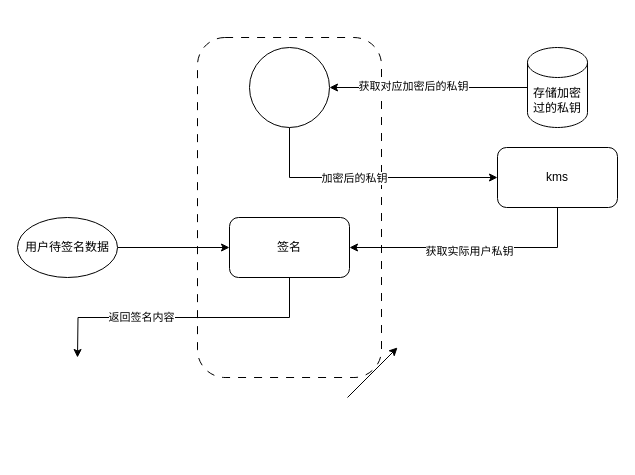
This is 签名方案.drawio from ZiHengLee/drawio, a draw.io file, before an edit. Source tidied: cells renumbered, new cells numbered last; positions are measured from the earlier drawing's top-left corner, leaving out a move shared by most shapes. Both pictures are drawn from the tidied source at 100%, with x=0, y=0 at pixel (17, 37).
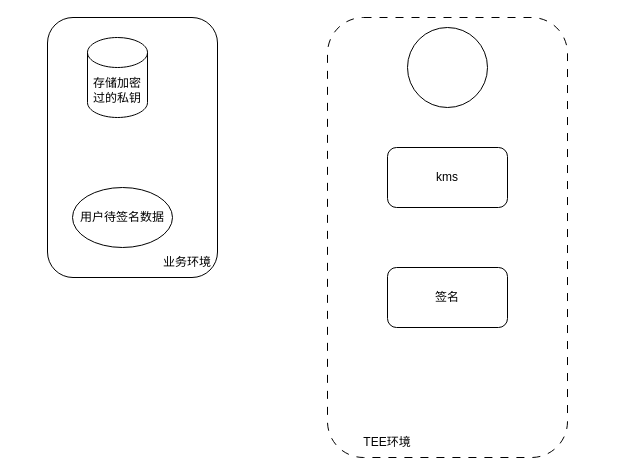
The same diagram, later.

Commit message (it also covers changes not shown here):
更新签名方案.drawio

The edit, as a diff of the source:
```diff
@@
 <mxGraphModel>
   <root>
     <mxCell id="0" />
     <mxCell id="1" parent="0" />
     <mxCell id="2" style="rounded=1;whiteSpace=wrap;html=1;dashed=1;dashPattern=8 8;" parent="1" vertex="1">
-      <mxGeometry x="180" width="184" height="340" as="geometry" />
+      <mxGeometry x="310" y="-20" width="240" height="440" as="geometry" />
     </mxCell>
-    <mxCell id="3" style="edgeStyle=orthogonalEdgeStyle;rounded=0;jettySize=auto;html=1;exitX=0.5;exitY=1;exitDx=0;exitDy=0;entryX=1;entryY=0.5;entryDx=0;entryDy=0;" parent="1" edge="1" source="5" target="17">
-      <mxGeometry relative="1" as="geometry" />
-    </mxCell>
-    <mxCell id="4" value="获取实际用户私钥" style="edgeLabel;html=1;align=center;verticalAlign=middle;" parent="3" vertex="1">
-      <mxGeometry x="0.04" y="3" relative="1" as="geometry" />
-    </mxCell>
     <mxCell id="5" value="kms" style="rounded=1;whiteSpace=wrap;html=1;" parent="1" vertex="1">
-      <mxGeometry x="480" y="110" width="120" height="60" as="geometry" />
+      <mxGeometry x="370" y="110" width="120" height="60" as="geometry" />
     </mxCell>
-    <mxCell id="6" style="edgeStyle=orthogonalEdgeStyle;rounded=0;jettySize=auto;html=1;exitX=0;exitY=0.5;exitDx=0;exitDy=0;exitPerimeter=0;" parent="1" edge="1" source="8" target="13">
-      <mxGeometry relative="1" as="geometry" />
-    </mxCell>
-    <mxCell id="7" value="获取对应加密后的私钥" style="edgeLabel;html=1;align=center;verticalAlign=middle;" parent="6" vertex="1">
-      <mxGeometry x="0.16" y="-2" relative="1" as="geometry" />
-    </mxCell>
     <mxCell id="8" value="存储加密过的私钥" style="shape=cylinder3;whiteSpace=wrap;html=1;boundedLbl=1;backgroundOutline=1;size=15;" parent="1" vertex="1">
-      <mxGeometry x="510" y="10" width="60" height="80" as="geometry" />
+      <mxGeometry x="70" width="60" height="80" as="geometry" />
     </mxCell>
-    <mxCell id="9" style="edgeStyle=orthogonalEdgeStyle;rounded=0;jettySize=auto;html=1;exitX=1;exitY=0.5;exitDx=0;exitDy=0;entryX=0;entryY=0.5;entryDx=0;entryDy=0;" parent="1" edge="1" source="10" target="17">
-      <mxGeometry relative="1" as="geometry" />
-    </mxCell>
     <mxCell id="10" value="用户待签名数据" style="ellipse;whiteSpace=wrap;html=1;" parent="1" vertex="1">
-      <mxGeometry y="180" width="100" height="60" as="geometry" />
+      <mxGeometry x="55" y="150" width="100" height="60" as="geometry" />
     </mxCell>
-    <mxCell id="11" style="edgeStyle=orthogonalEdgeStyle;rounded=0;jettySize=auto;html=1;exitX=0.5;exitY=1;exitDx=0;exitDy=0;entryX=0;entryY=0.5;entryDx=0;entryDy=0;" parent="1" edge="1" source="13" target="5">
-      <mxGeometry relative="1" as="geometry" />
-    </mxCell>
-    <mxCell id="12" value="加密后的私钥" style="edgeLabel;html=1;align=center;verticalAlign=middle;" parent="11" vertex="1">
-      <mxGeometry x="-0.12" relative="1" as="geometry" />
-    </mxCell>
     <mxCell id="13" style="ellipse;whiteSpace=wrap;html=1;" parent="1" vertex="1">
-      <mxGeometry x="232" y="10" width="80" height="80" as="geometry" />
+      <mxGeometry x="390" y="-10" width="80" height="80" as="geometry" />
     </mxCell>
-    <mxCell id="14" style="endArrow=classic;html=1;rounded=0;" parent="1" edge="1">
-      <mxGeometry relative="1" as="geometry">
-        <mxPoint x="330" y="360" as="sourcePoint" />
-        <mxPoint x="380" y="310" as="targetPoint" />
-      </mxGeometry>
-    </mxCell>
-    <mxCell id="15" style="edgeStyle=orthogonalEdgeStyle;rounded=0;jettySize=auto;html=1;exitX=0.5;exitY=1;exitDx=0;exitDy=0;" parent="1" edge="1" source="17">
-      <mxGeometry relative="1" as="geometry">
-        <mxPoint x="60" y="320" as="targetPoint" />
-      </mxGeometry>
-    </mxCell>
-    <mxCell id="16" value="返回签名内容" style="edgeLabel;html=1;align=center;verticalAlign=middle;" parent="15" vertex="1">
-      <mxGeometry x="0.3" y="-1" relative="1" as="geometry" />
-    </mxCell>
     <mxCell id="17" value="签名" style="rounded=1;whiteSpace=wrap;html=1;" parent="1" vertex="1">
-      <mxGeometry x="212" y="180" width="120" height="60" as="geometry" />
+      <mxGeometry x="370" y="230" width="120" height="60" as="geometry" />
     </mxCell>
+    <mxCell id="18" value="TEE环境" style="text;html=1;align=center;verticalAlign=middle;whiteSpace=wrap;rounded=0;" parent="1" vertex="1">
+      <mxGeometry x="340" y="390" width="60" height="30" as="geometry" />
+    </mxCell>
+    <mxCell id="19" style="rounded=1;whiteSpace=wrap;html=1;fillColor=none;" parent="1" vertex="1">
+      <mxGeometry x="30" y="-20" width="170" height="260" as="geometry" />
+    </mxCell>
+    <mxCell id="20" value="业务环境" style="text;html=1;align=center;verticalAlign=middle;whiteSpace=wrap;rounded=0;" parent="1" vertex="1">
+      <mxGeometry x="140" y="210" width="60" height="30" as="geometry" />
+    </mxCell>
   </root>
 </mxGraphModel>
```
